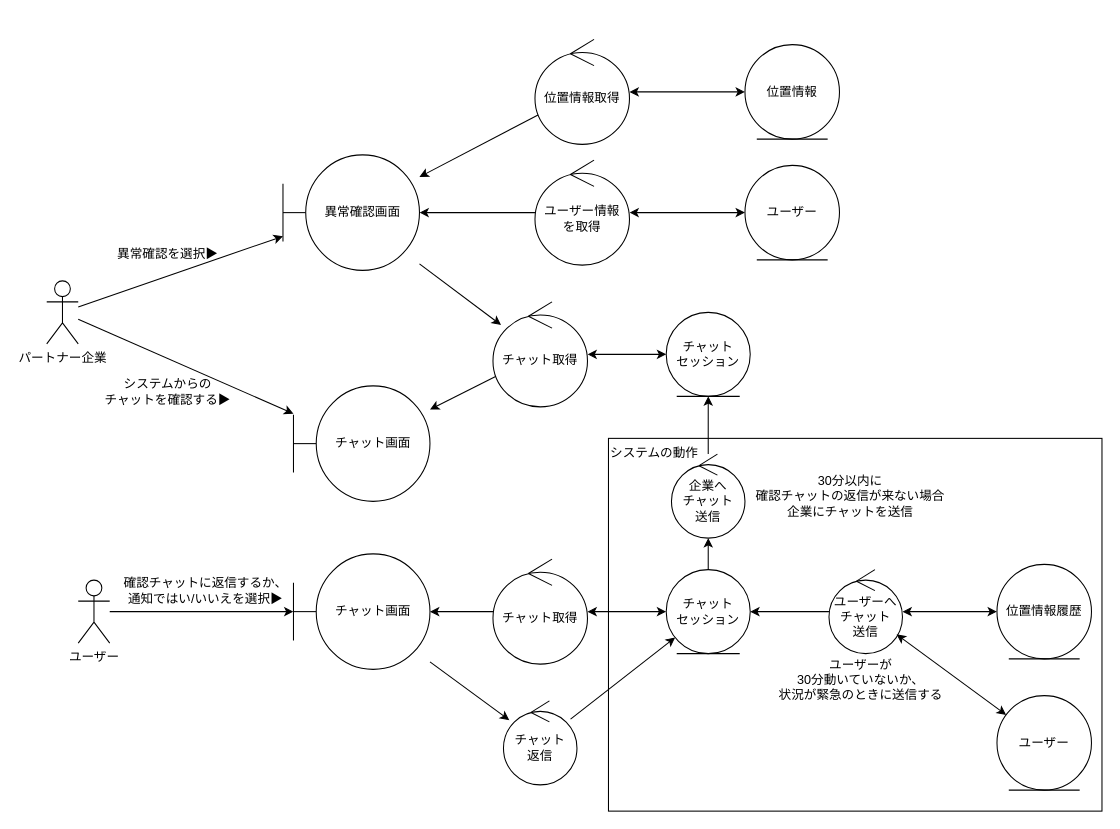
ksw2270227/GroupF keeps this draw.io diagram as page "ユーザー異常確認" (1 of 11) of out/ロバストネス図/パートナー企業-ロバストネス図.drawio. Above is the earlier version. Source tidied: cells renumbered, new cells numbered last; positions are measured from the earlier drawing's top-left corner, leaving out a move shared by most shapes. Both pictures are drawn from the tidied source at 105%, with x=0, y=0 at pixel (46, 39).
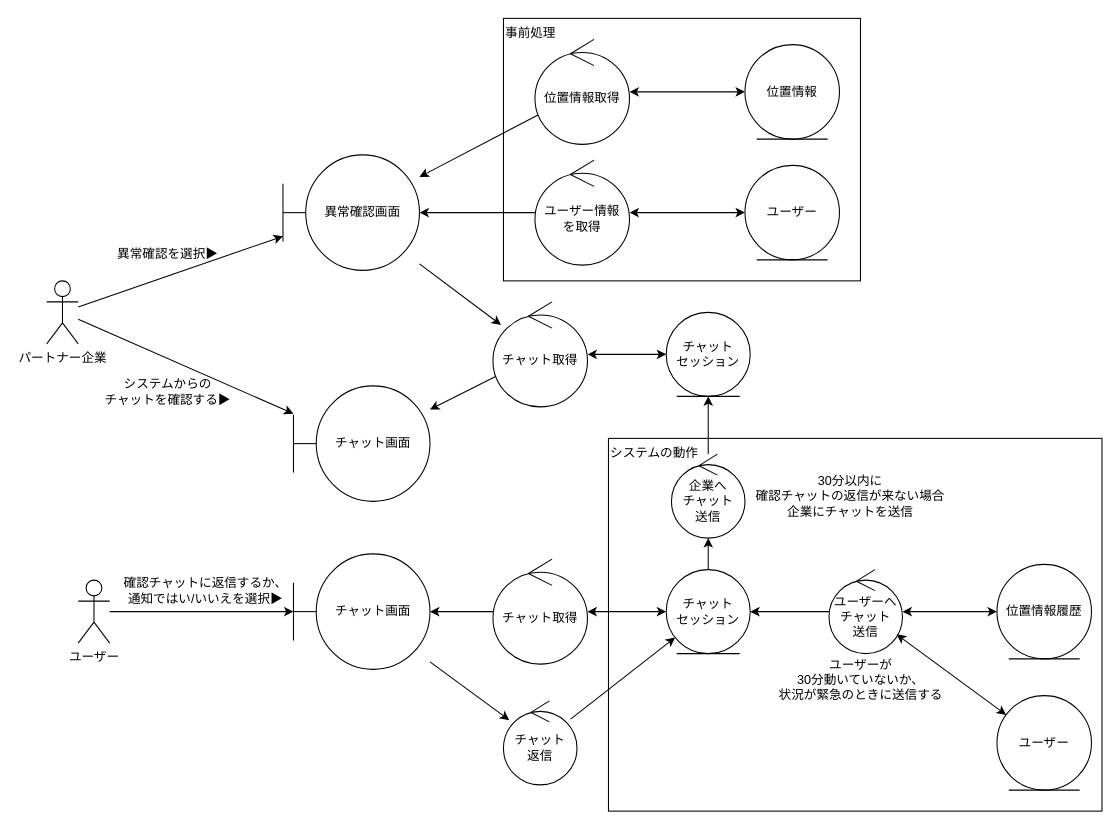
After the change.

Diff of the diagram source:
```diff
@@
+    <mxCell id="45" value="事前処理" style="rounded=0;whiteSpace=wrap;html=1;fontSize=12;fillColor=none;verticalAlign=top;align=left;" parent="1" vertex="1">
+      <mxGeometry x="435" y="-20" width="340" height="250" as="geometry" />
+    </mxCell>
```
